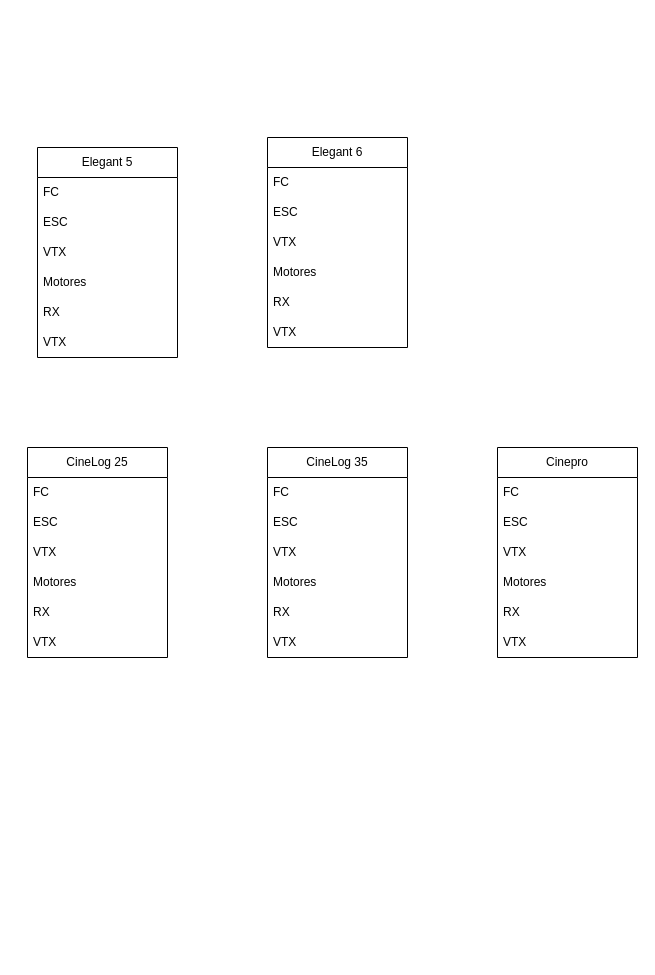
This is TodoFPV.drawio from leandrosly/fpvquads, a draw.io file, before an edit. Source tidied: cells renumbered, new cells numbered last; positions are measured from the earlier drawing's top-left corner, leaving out a move shared by most shapes. Both pictures are drawn from the tidied source at 100%, with x=0, y=0 at pixel (27, 137).
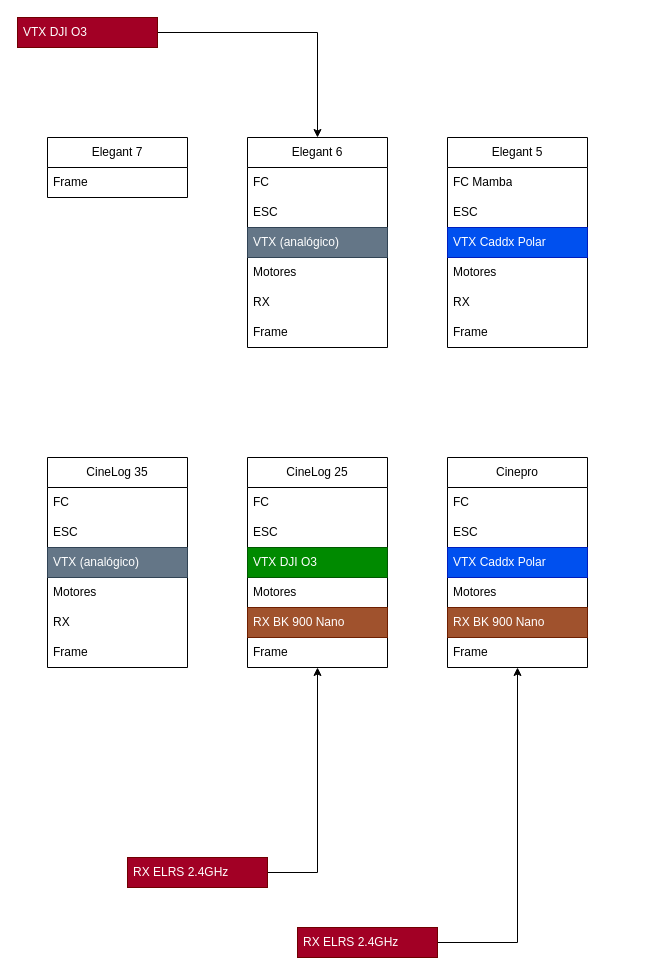
The same diagram, later.

The edit, as a diff of the source:
```diff
@@
     <mxCell id="2" value="&lt;div&gt;Elegant 5&lt;/div&gt;" style="swimlane;fontStyle=0;horizontal=1;startSize=30;whiteSpace=wrap;html=1;" parent="1" vertex="1">
-      <mxGeometry x="10" y="10" width="140" height="210" as="geometry" />
+      <mxGeometry x="420" width="140" height="210" as="geometry" />
     </mxCell>
-    <mxCell id="3" value="FC" style="text;strokeColor=none;fillColor=none;align=left;verticalAlign=middle;spacingLeft=4;spacingRight=4;overflow=hidden;whiteSpace=wrap;html=1;" parent="2" vertex="1">
+    <mxCell id="3" value="FC Mamba" style="text;strokeColor=none;fillColor=none;align=left;verticalAlign=middle;spacingLeft=4;spacingRight=4;overflow=hidden;whiteSpace=wrap;html=1;" parent="2" vertex="1">
       <mxGeometry y="30" width="140" height="30" as="geometry" />
     </mxCell>
@@
-    <mxCell id="5" value="VTX" style="text;strokeColor=none;fillColor=none;align=left;verticalAlign=middle;spacingLeft=4;spacingRight=4;overflow=hidden;whiteSpace=wrap;html=1;" parent="2" vertex="1">
+    <mxCell id="5" value="VTX Caddx Polar" style="text;strokeColor=#001DBC;fillColor=#0050ef;align=left;verticalAlign=middle;spacingLeft=4;spacingRight=4;overflow=hidden;whiteSpace=wrap;html=1;fontColor=#ffffff;" parent="2" vertex="1">
       <mxGeometry y="90" width="140" height="30" as="geometry" />
     </mxCell>
@@
-    <mxCell id="8" value="VTX" style="text;strokeColor=none;fillColor=none;align=left;verticalAlign=middle;spacingLeft=4;spacingRight=4;overflow=hidden;whiteSpace=wrap;html=1;" parent="2" vertex="1">
-      <mxGeometry y="180" width="140" height="30" as="geometry" />
-    </mxCell>
+    <mxCell id="37" value="&lt;div&gt;Frame&lt;/div&gt;" style="text;strokeColor=none;fillColor=none;align=left;verticalAlign=middle;spacingLeft=4;spacingRight=4;overflow=hidden;whiteSpace=wrap;html=1;" parent="2" vertex="1">
+      <mxGeometry y="180" width="140" height="30" as="geometry" />
+    </mxCell>
     <mxCell id="9" value="&lt;div&gt;Elegant 6&lt;/div&gt;" style="swimlane;fontStyle=0;horizontal=1;startSize=30;whiteSpace=wrap;html=1;" parent="1" vertex="1">
-      <mxGeometry x="240" width="140" height="210" as="geometry" />
+      <mxGeometry x="220" width="140" height="210" as="geometry" />
     </mxCell>
@@
-    <mxCell id="12" value="VTX" style="text;strokeColor=none;fillColor=none;align=left;verticalAlign=middle;spacingLeft=4;spacingRight=4;overflow=hidden;whiteSpace=wrap;html=1;" parent="9" vertex="1">
+    <mxCell id="12" value="VTX (analógico)" style="text;strokeColor=#314354;fillColor=#647687;align=left;verticalAlign=middle;spacingLeft=4;spacingRight=4;overflow=hidden;whiteSpace=wrap;html=1;fontColor=#ffffff;" parent="9" vertex="1">
       <mxGeometry y="90" width="140" height="30" as="geometry" />
     </mxCell>
@@
-    <mxCell id="15" value="VTX" style="text;strokeColor=none;fillColor=none;align=left;verticalAlign=middle;spacingLeft=4;spacingRight=4;overflow=hidden;whiteSpace=wrap;html=1;" parent="9" vertex="1">
-      <mxGeometry y="180" width="140" height="30" as="geometry" />
-    </mxCell>
+    <mxCell id="38" value="&lt;div&gt;Frame&lt;/div&gt;" style="text;strokeColor=none;fillColor=none;align=left;verticalAlign=middle;spacingLeft=4;spacingRight=4;overflow=hidden;whiteSpace=wrap;html=1;" parent="9" vertex="1">
+      <mxGeometry y="180" width="140" height="30" as="geometry" />
+    </mxCell>
     <mxCell id="16" value="CineLog 25" style="swimlane;fontStyle=0;horizontal=1;startSize=30;whiteSpace=wrap;html=1;" parent="1" vertex="1">
-      <mxGeometry y="310" width="140" height="210" as="geometry" />
+      <mxGeometry x="220" y="320" width="140" height="210" as="geometry" />
     </mxCell>
@@
-    <mxCell id="19" value="VTX" style="text;strokeColor=none;fillColor=none;align=left;verticalAlign=middle;spacingLeft=4;spacingRight=4;overflow=hidden;whiteSpace=wrap;html=1;" parent="16" vertex="1">
+    <mxCell id="19" value="VTX DJI O3" style="text;strokeColor=#005700;fillColor=#008a00;align=left;verticalAlign=middle;spacingLeft=4;spacingRight=4;overflow=hidden;whiteSpace=wrap;html=1;fontColor=#ffffff;" parent="16" vertex="1">
       <mxGeometry y="90" width="140" height="30" as="geometry" />
     </mxCell>
@@
-    <mxCell id="21" value="&lt;div&gt;RX&lt;/div&gt;" style="text;strokeColor=none;fillColor=none;align=left;verticalAlign=middle;spacingLeft=4;spacingRight=4;overflow=hidden;whiteSpace=wrap;html=1;" parent="16" vertex="1">
+    <mxCell id="21" value="&lt;div&gt;RX BK 900 Nano&lt;/div&gt;" style="text;strokeColor=#6D1F00;fillColor=#a0522d;align=left;verticalAlign=middle;spacingLeft=4;spacingRight=4;overflow=hidden;whiteSpace=wrap;html=1;fontColor=#ffffff;" parent="16" vertex="1">
       <mxGeometry y="150" width="140" height="30" as="geometry" />
     </mxCell>
-    <mxCell id="22" value="VTX" style="text;strokeColor=none;fillColor=none;align=left;verticalAlign=middle;spacingLeft=4;spacingRight=4;overflow=hidden;whiteSpace=wrap;html=1;" parent="16" vertex="1">
-      <mxGeometry y="180" width="140" height="30" as="geometry" />
-    </mxCell>
+    <mxCell id="39" value="&lt;div&gt;Frame&lt;/div&gt;" style="text;strokeColor=none;fillColor=none;align=left;verticalAlign=middle;spacingLeft=4;spacingRight=4;overflow=hidden;whiteSpace=wrap;html=1;" parent="16" vertex="1">
+      <mxGeometry y="180" width="140" height="30" as="geometry" />
+    </mxCell>
     <mxCell id="23" value="CineLog 35" style="swimlane;fontStyle=0;horizontal=1;startSize=30;whiteSpace=wrap;html=1;" parent="1" vertex="1">
-      <mxGeometry x="240" y="310" width="140" height="210" as="geometry" />
+      <mxGeometry x="20" y="320" width="140" height="210" as="geometry" />
     </mxCell>
@@
-    <mxCell id="26" value="VTX" style="text;strokeColor=none;fillColor=none;align=left;verticalAlign=middle;spacingLeft=4;spacingRight=4;overflow=hidden;whiteSpace=wrap;html=1;" parent="23" vertex="1">
+    <mxCell id="26" value="VTX (analógico)" style="text;strokeColor=#314354;fillColor=#647687;align=left;verticalAlign=middle;spacingLeft=4;spacingRight=4;overflow=hidden;whiteSpace=wrap;html=1;fontColor=#ffffff;" parent="23" vertex="1">
       <mxGeometry y="90" width="140" height="30" as="geometry" />
     </mxCell>
@@
-    <mxCell id="29" value="VTX" style="text;strokeColor=none;fillColor=none;align=left;verticalAlign=middle;spacingLeft=4;spacingRight=4;overflow=hidden;whiteSpace=wrap;html=1;" parent="23" vertex="1">
-      <mxGeometry y="180" width="140" height="30" as="geometry" />
-    </mxCell>
+    <mxCell id="40" value="&lt;div&gt;Frame&lt;/div&gt;" style="text;strokeColor=none;fillColor=none;align=left;verticalAlign=middle;spacingLeft=4;spacingRight=4;overflow=hidden;whiteSpace=wrap;html=1;" parent="23" vertex="1">
+      <mxGeometry y="180" width="140" height="30" as="geometry" />
+    </mxCell>
     <mxCell id="30" value="Cinepro" style="swimlane;fontStyle=0;horizontal=1;startSize=30;whiteSpace=wrap;html=1;" parent="1" vertex="1">
-      <mxGeometry x="470" y="310" width="140" height="210" as="geometry" />
+      <mxGeometry x="420" y="320" width="140" height="210" as="geometry" />
     </mxCell>
@@
-    <mxCell id="33" value="VTX" style="text;strokeColor=none;fillColor=none;align=left;verticalAlign=middle;spacingLeft=4;spacingRight=4;overflow=hidden;whiteSpace=wrap;html=1;" parent="30" vertex="1">
+    <mxCell id="33" value="VTX Caddx Polar" style="text;strokeColor=#001DBC;fillColor=#0050ef;align=left;verticalAlign=middle;spacingLeft=4;spacingRight=4;overflow=hidden;whiteSpace=wrap;html=1;fontColor=#ffffff;" parent="30" vertex="1">
       <mxGeometry y="90" width="140" height="30" as="geometry" />
     </mxCell>
@@
-    <mxCell id="35" value="&lt;div&gt;RX&lt;/div&gt;" style="text;strokeColor=none;fillColor=none;align=left;verticalAlign=middle;spacingLeft=4;spacingRight=4;overflow=hidden;whiteSpace=wrap;html=1;" parent="30" vertex="1">
+    <mxCell id="35" value="&lt;div&gt;RX BK 900 Nano&lt;/div&gt;" style="text;strokeColor=#6D1F00;fillColor=#a0522d;align=left;verticalAlign=middle;spacingLeft=4;spacingRight=4;overflow=hidden;whiteSpace=wrap;html=1;fontColor=#ffffff;" parent="30" vertex="1">
       <mxGeometry y="150" width="140" height="30" as="geometry" />
     </mxCell>
-    <mxCell id="36" value="VTX" style="text;strokeColor=none;fillColor=none;align=left;verticalAlign=middle;spacingLeft=4;spacingRight=4;overflow=hidden;whiteSpace=wrap;html=1;" parent="30" vertex="1">
-      <mxGeometry y="180" width="140" height="30" as="geometry" />
-    </mxCell>
+    <mxCell id="41" value="&lt;div&gt;Frame&lt;/div&gt;" style="text;strokeColor=none;fillColor=none;align=left;verticalAlign=middle;spacingLeft=4;spacingRight=4;overflow=hidden;whiteSpace=wrap;html=1;" parent="30" vertex="1">
+      <mxGeometry y="180" width="140" height="30" as="geometry" />
+    </mxCell>
+    <mxCell id="42" value="&lt;div&gt;Elegant 7&lt;/div&gt;" style="swimlane;fontStyle=0;horizontal=1;startSize=30;whiteSpace=wrap;html=1;" parent="1" vertex="1">
+      <mxGeometry x="20" width="140" height="60" as="geometry" />
+    </mxCell>
+    <mxCell id="43" value="&lt;div&gt;Frame&lt;/div&gt;" style="text;strokeColor=none;fillColor=none;align=left;verticalAlign=middle;spacingLeft=4;spacingRight=4;overflow=hidden;whiteSpace=wrap;html=1;" parent="42" vertex="1">
+      <mxGeometry y="30" width="140" height="30" as="geometry" />
+    </mxCell>
+    <mxCell id="44" style="edgeStyle=orthogonalEdgeStyle;rounded=0;jettySize=auto;html=1;" parent="1" edge="1" source="45" target="30">
+      <mxGeometry relative="1" as="geometry" />
+    </mxCell>
+    <mxCell id="45" value="&lt;div&gt;RX ELRS 2.4GHz&lt;/div&gt;" style="text;strokeColor=#6F0000;fillColor=#a20025;align=left;verticalAlign=middle;spacingLeft=4;spacingRight=4;overflow=hidden;points=[[0,0.5],[1,0.5]];portConstraint=eastwest;whiteSpace=wrap;html=1;fontFamily=Helvetica;fontSize=12;fontColor=#ffffff;" parent="1" vertex="1">
+      <mxGeometry x="270" y="790" width="140" height="30" as="geometry" />
+    </mxCell>
+    <mxCell id="46" style="edgeStyle=orthogonalEdgeStyle;rounded=0;jettySize=auto;html=1;" parent="1" edge="1" source="47" target="9">
+      <mxGeometry relative="1" as="geometry" />
+    </mxCell>
+    <mxCell id="47" value="VTX DJI O3" style="text;strokeColor=#6F0000;fillColor=#a20025;align=left;verticalAlign=middle;spacingLeft=4;spacingRight=4;overflow=hidden;points=[[0,0.5],[1,0.5]];portConstraint=eastwest;whiteSpace=wrap;html=1;fontColor=#ffffff;" parent="1" vertex="1">
+      <mxGeometry x="-10" y="-120" width="140" height="30" as="geometry" />
+    </mxCell>
+    <mxCell id="48" style="edgeStyle=orthogonalEdgeStyle;rounded=0;jettySize=auto;html=1;" parent="1" edge="1" source="49" target="16">
+      <mxGeometry relative="1" as="geometry" />
+    </mxCell>
+    <mxCell id="49" value="&lt;div&gt;RX ELRS 2.4GHz&lt;/div&gt;" style="text;strokeColor=#6F0000;fillColor=#a20025;align=left;verticalAlign=middle;spacingLeft=4;spacingRight=4;overflow=hidden;points=[[0,0.5],[1,0.5]];portConstraint=eastwest;whiteSpace=wrap;html=1;fontFamily=Helvetica;fontSize=12;fontColor=#ffffff;" parent="1" vertex="1">
+      <mxGeometry x="100" y="720" width="140" height="30" as="geometry" />
+    </mxCell>
```
